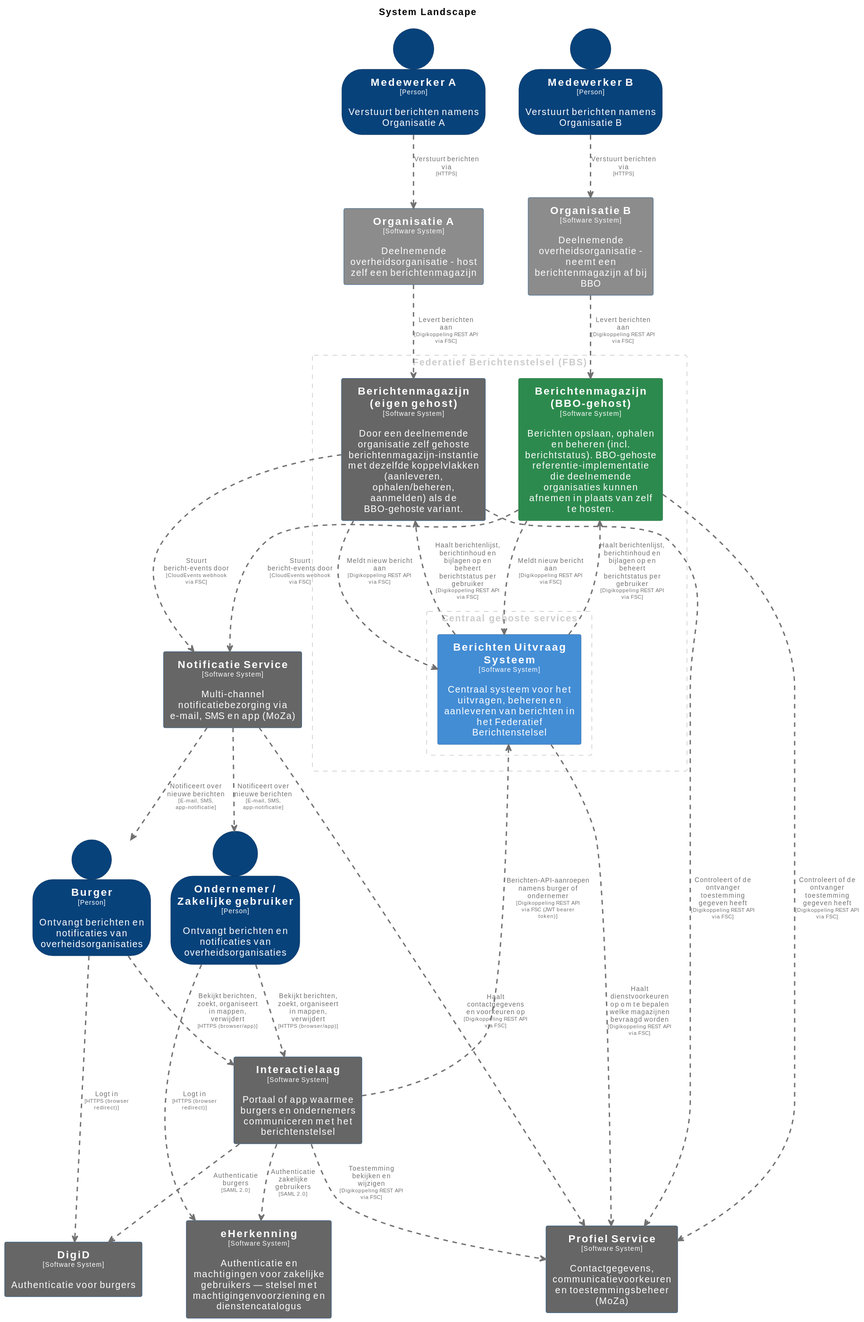
Above: master/svg/SystemLandscape.svg in MinBZK/moza-poc-fbs-berichtenbox (PlantUML), before the change. Its source is kept beside it as master/puml/SystemLandscape.puml.
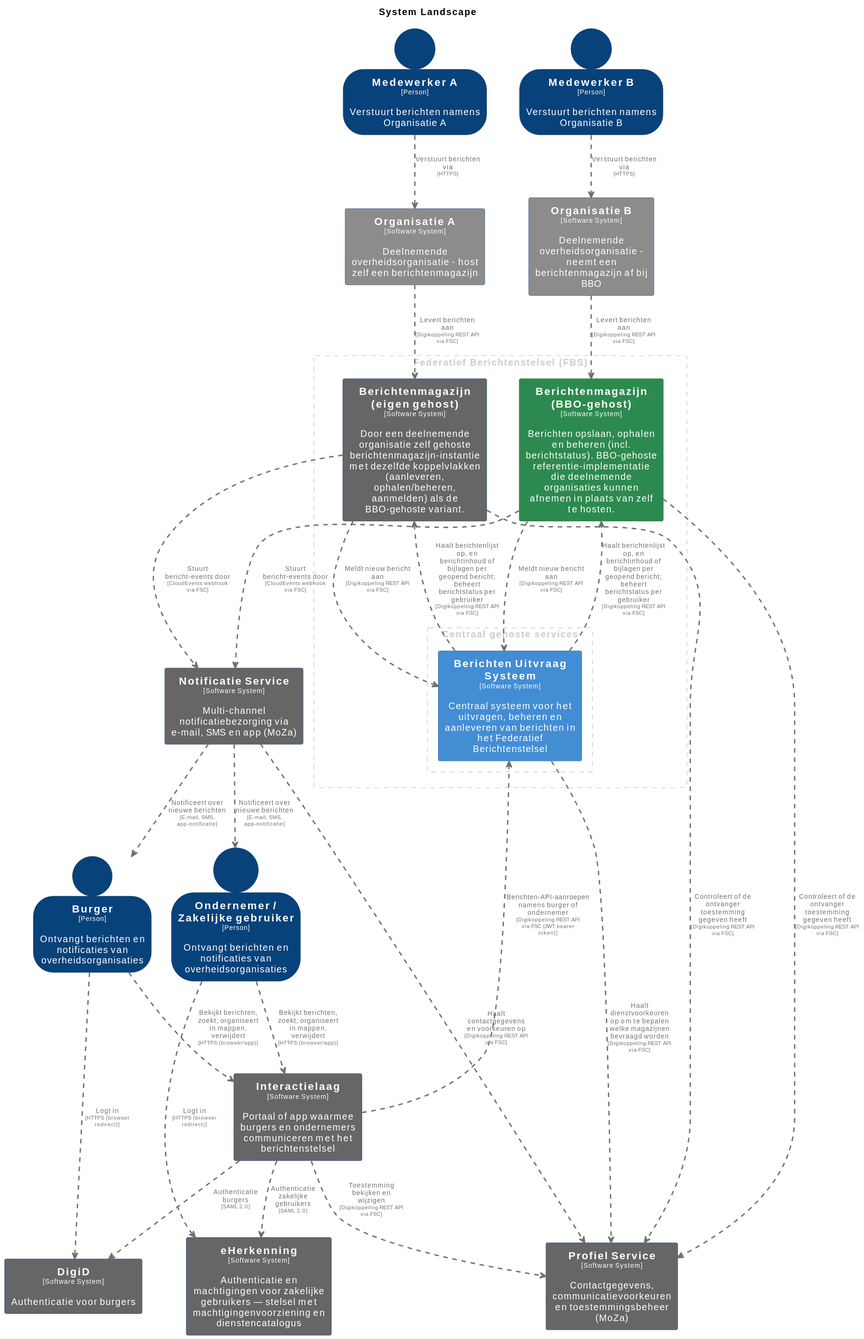
The same file after the commit.

The edit, as a diff of the source:
```diff
@@ -136,8 +136,8 @@
 Interactielaag .[#707070,thickness=2].> ProfielService : "<color:#707070>Toestemming bekijken en wijzigen\n<color:#707070><size:8>[Digikoppeling REST API via FSC]</size>"
 Interactielaag .[#707070,thickness=2].> DigiD : "<color:#707070>Authenticatie burgers\n<color:#707070><size:8>[SAML 2.0]</size>"
 Interactielaag .[#707070,thickness=2].> eHerkenning : "<color:#707070>Authenticatie zakelijke gebruikers\n<color:#707070><size:8>[SAML 2.0]</size>"
-BerichtenUitvraagSysteem .[#707070,thickness=2].> BerichtenmagazijnBBOgehost : "<color:#707070>Haalt berichtenlijst, berichtinhoud en bijlagen op en beheert berichtstatus per gebruiker\n<color:#707070><size:8>[Digikoppeling REST API via FSC]</size>"
-BerichtenUitvraagSysteem .[#707070,thickness=2].> Berichtenmagazijneigengehost : "<color:#707070>Haalt berichtenlijst, berichtinhoud en bijlagen op en beheert berichtstatus per gebruiker\n<color:#707070><size:8>[Digikoppeling REST API via FSC]</size>"
+BerichtenUitvraagSysteem .[#707070,thickness=2].> BerichtenmagazijnBBOgehost : "<color:#707070>Haalt berichtenlijst op, en berichtinhoud of bijlagen per geopend bericht; beheert berichtstatus per gebruiker\n<color:#707070><size:8>[Digikoppeling REST API via FSC]</size>"
+BerichtenUitvraagSysteem .[#707070,thickness=2].> Berichtenmagazijneigengehost : "<color:#707070>Haalt berichtenlijst op, en berichtinhoud of bijlagen per geopend bericht; beheert berichtstatus per gebruiker\n<color:#707070><size:8>[Digikoppeling REST API via FSC]</size>"
 BerichtenmagazijnBBOgehost .[#707070,thickness=2].> BerichtenUitvraagSysteem : "<color:#707070>Meldt nieuw bericht aan\n<color:#707070><size:8>[Digikoppeling REST API via FSC]</size>"
 BerichtenmagazijnBBOgehost .[#707070,thickness=2].> NotificatieService : "<color:#707070>Stuurt bericht-events door\n<color:#707070><size:8>[CloudEvents webhook via FSC]</size>"
 NotificatieService .[#707070,thickness=2].> ProfielService : "<color:#707070>Haalt contactgegevens en voorkeuren op\n<color:#707070><size:8>[Digikoppeling REST API via FSC]</size>"
```
